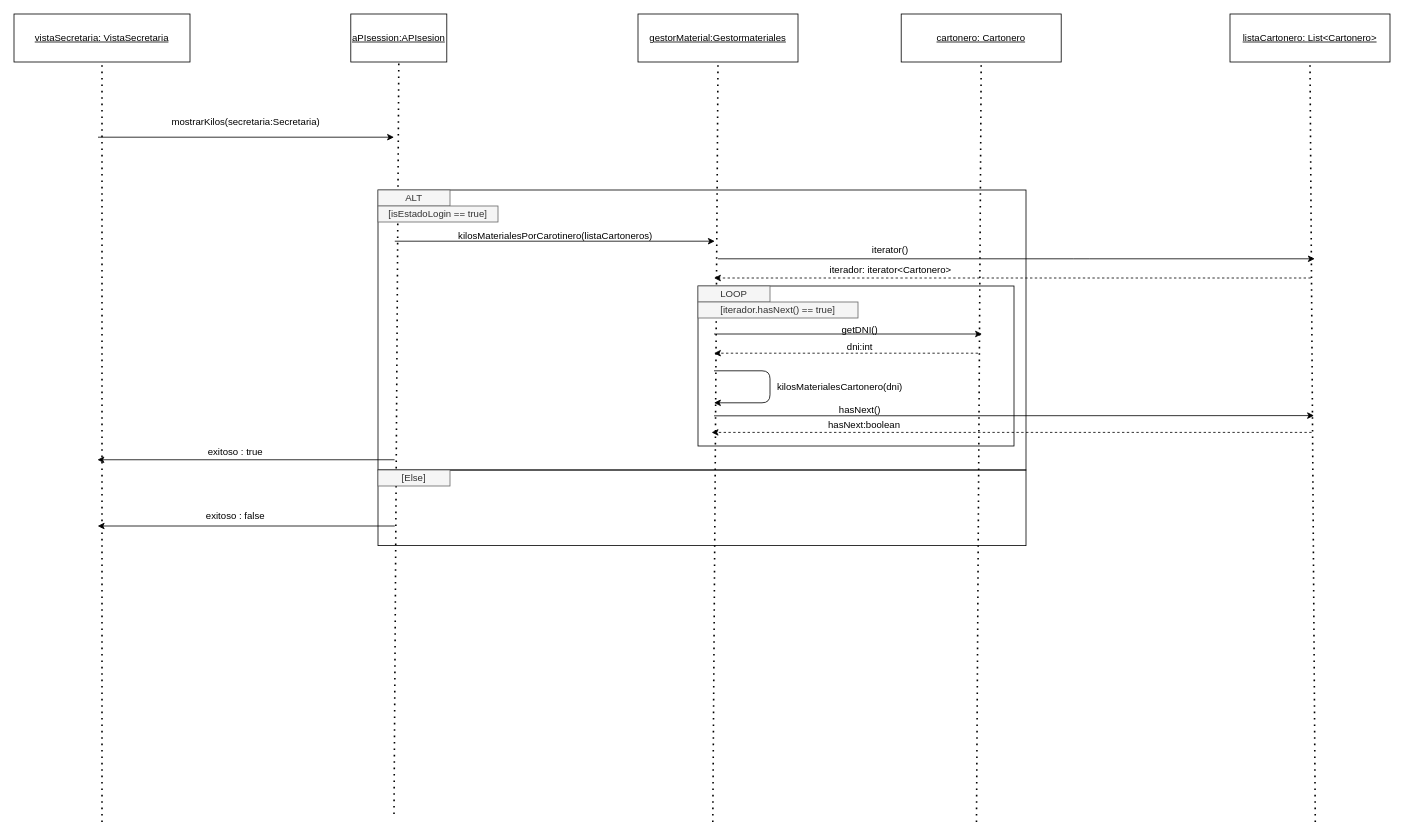
Beltonidas/Trabajo-Especial-MDS-2021 keeps this draw.io diagram as page "listarMateriales" (3 of 4) of Sprint -2/Entrega/6_Diagramas/Diagrama-Secuencia/Nuevo.drawio. Above is the earlier version. Source tidied: cells renumbered, new cells numbered last; positions are measured from the earlier drawing's top-left corner, leaving out a move shared by most shapes. Both pictures are drawn from the tidied source at 80%, with x=0, y=0 at pixel (14, 14).
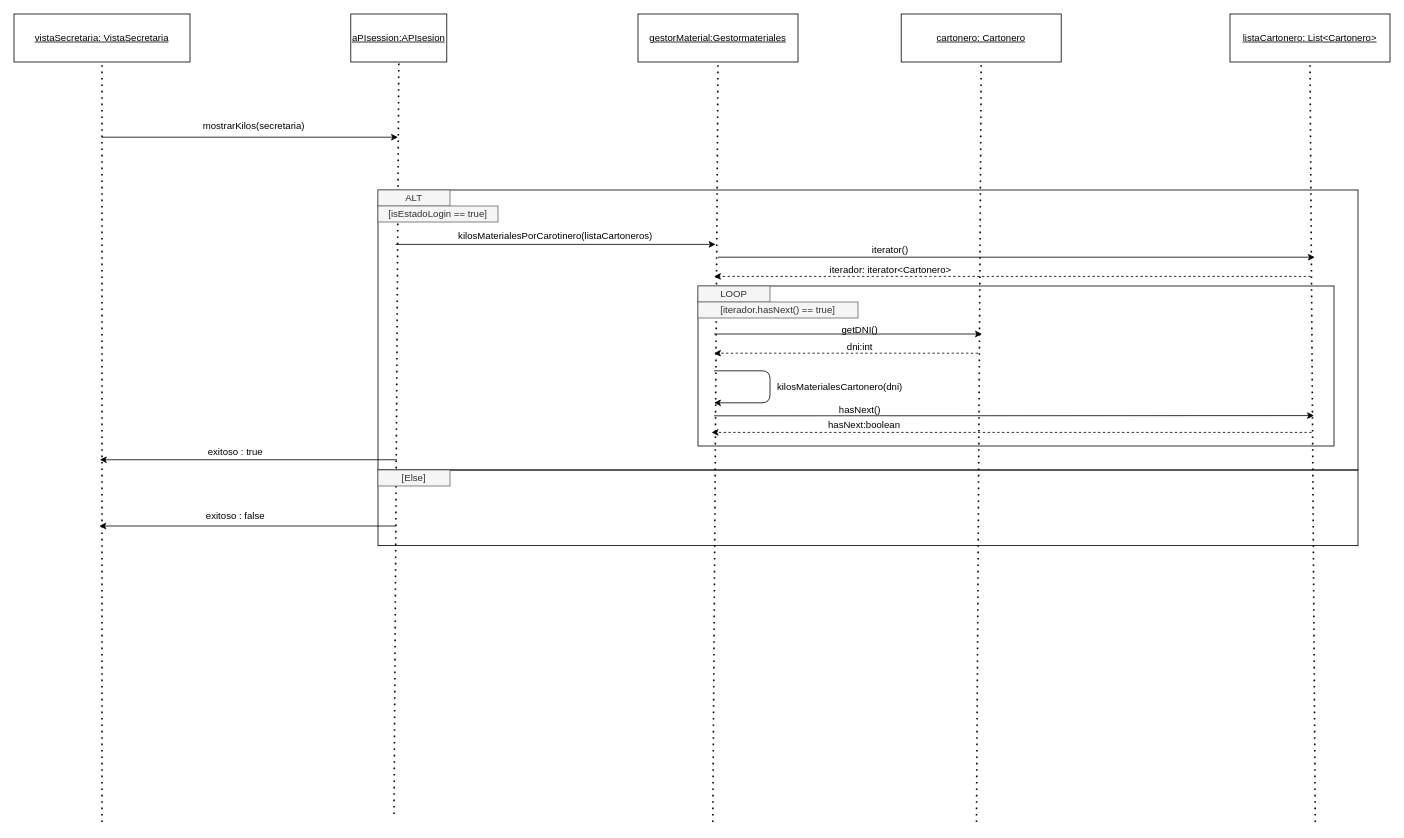
Above is the later version.

Change to the diagram source:
```diff
@@
     <mxCell id="2" style="rounded=0;whiteSpace=wrap;html=1;fillColor=none;" parent="1" vertex="1">
-      <mxGeometry x="455" y="570" width="810" height="94.5" as="geometry" />
+      <mxGeometry x="455" y="570" width="1225" height="94.5" as="geometry" />
     </mxCell>
     <mxCell id="3" style="rounded=0;whiteSpace=wrap;html=1;fillColor=none;" parent="1" vertex="1">
-      <mxGeometry x="455" y="220" width="810" height="350" as="geometry" />
+      <mxGeometry x="455" y="220" width="1225" height="350" as="geometry" />
     </mxCell>
@@
     <mxCell id="7" style="endArrow=classic;html=1;" parent="1" edge="1">
       <mxGeometry relative="1" as="geometry">
-        <mxPoint x="105" y="154" as="sourcePoint" />
-        <mxPoint x="475" y="154" as="targetPoint" />
+        <mxPoint x="110" y="154" as="sourcePoint" />
+        <mxPoint x="480" y="154" as="targetPoint" />
       </mxGeometry>
     </mxCell>
-    <mxCell id="8" value="mostrarKilos(secretaria:Secretaria)" style="text;html=1;strokeColor=none;fillColor=none;align=center;verticalAlign=middle;whiteSpace=wrap;rounded=0;" parent="1" vertex="1">
-      <mxGeometry x="85" y="120" width="410" height="30" as="geometry" />
+    <mxCell id="8" value="mostrarKilos(secretaria)" style="text;html=1;strokeColor=none;fillColor=none;align=center;verticalAlign=middle;whiteSpace=wrap;rounded=0;" parent="1" vertex="1">
+      <mxGeometry x="230" y="130" width="140" height="20" as="geometry" />
     </mxCell>
@@
     <mxCell id="11" style="endArrow=classic;html=1;" parent="1" edge="1">
       <mxGeometry relative="1" as="geometry">
-        <mxPoint x="476" y="284" as="sourcePoint" />
-        <mxPoint x="876" y="284" as="targetPoint" />
+        <mxPoint x="477" y="288" as="sourcePoint" />
+        <mxPoint x="877" y="288" as="targetPoint" />
       </mxGeometry>
     </mxCell>
@@
     <mxCell id="14" style="rounded=0;whiteSpace=wrap;html=1;fillColor=none;" parent="1" vertex="1">
-      <mxGeometry x="855" y="340" width="395" height="200" as="geometry" />
+      <mxGeometry x="855" y="340" width="795" height="200" as="geometry" />
     </mxCell>
@@
     <mxCell id="17" style="endArrow=classic;html=1;" parent="1" edge="1">
       <mxGeometry relative="1" as="geometry">
-        <mxPoint x="475.7" y="557.2" as="sourcePoint" />
-        <mxPoint x="104.3" y="557.2" as="targetPoint" />
+        <mxPoint x="478.7" y="557.2" as="sourcePoint" />
+        <mxPoint x="107.3" y="557.2" as="targetPoint" />
       </mxGeometry>
     </mxCell>
@@
     <mxCell id="19" style="endArrow=classic;html=1;" parent="1" edge="1">
       <mxGeometry relative="1" as="geometry">
-        <mxPoint x="476" y="640" as="sourcePoint" />
-        <mxPoint x="104.6" y="640" as="targetPoint" />
+        <mxPoint x="478" y="640" as="sourcePoint" />
+        <mxPoint x="106.6" y="640" as="targetPoint" />
       </mxGeometry>
     </mxCell>
@@
     <mxCell id="30" style="endArrow=classic;html=1;" parent="1" edge="1">
       <mxGeometry relative="1" as="geometry">
-        <mxPoint x="880" y="306" as="sourcePoint" />
-        <mxPoint x="1626" y="306" as="targetPoint" />
+        <mxPoint x="880" y="304" as="sourcePoint" />
+        <mxPoint x="1626" y="304" as="targetPoint" />
         <Array as="points">
-          <mxPoint x="1105" y="306" />
-          <mxPoint x="1334" y="306" />
+          <mxPoint x="1105" y="304" />
+          <mxPoint x="1334" y="304" />
         </Array>
       </mxGeometry>
     </mxCell>
@@
     <mxCell id="32" style="endArrow=classic;html=1;dashed=1;" parent="1" edge="1">
       <mxGeometry relative="1" as="geometry">
-        <mxPoint x="1621" y="330" as="sourcePoint" />
-        <mxPoint x="875" y="330" as="targetPoint" />
+        <mxPoint x="1621" y="328" as="sourcePoint" />
+        <mxPoint x="875" y="328" as="targetPoint" />
       </mxGeometry>
     </mxCell>
```
